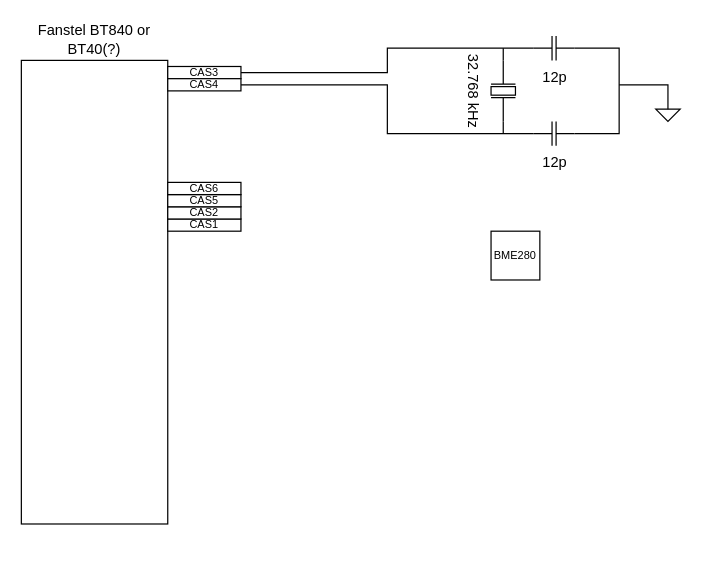
Above: Untitled Diagram.drawio in StevenKnudsen/LowPowerLEDSmartWatch (draw.io), before the change. Source tidied: cells renumbered, new cells numbered last; positions are measured from the earlier drawing's top-left corner, leaving out a move shared by most shapes. Both pictures are drawn from the tidied source at 122%, with x=0, y=0 at pixel (21, 35).
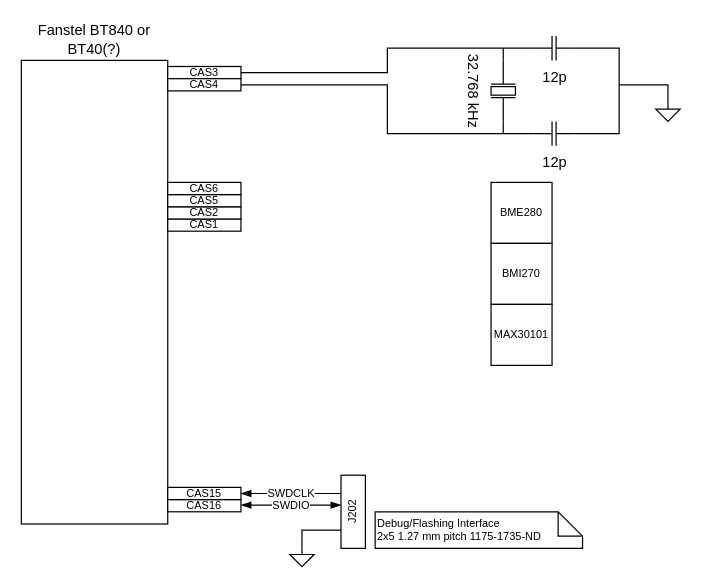
The same page after the edit.

Change to the diagram source:
```diff
@@
     <mxCell id="15" value="BME280" style="whiteSpace=wrap;html=1;fontSize=9;" parent="1" vertex="1">
-      <mxGeometry x="385" y="160" width="40" height="40" as="geometry" />
+      <mxGeometry x="385" y="120" width="50" height="50" as="geometry" />
     </mxCell>
@@
+    <mxCell id="20" value="BMI270" style="whiteSpace=wrap;html=1;fontSize=9;" parent="1" vertex="1">
+      <mxGeometry x="385" y="170" width="50" height="50" as="geometry" />
+    </mxCell>
+    <mxCell id="21" value="MAX30101" style="whiteSpace=wrap;html=1;fontSize=9;" parent="1" vertex="1">
+      <mxGeometry x="385" y="220" width="50" height="50" as="geometry" />
+    </mxCell>
+    <mxCell id="22" value="CAS16" style="rounded=0;whiteSpace=wrap;html=1;fontSize=9;" parent="1" vertex="1">
+      <mxGeometry x="120" y="380" width="60" height="10" as="geometry" />
+    </mxCell>
+    <mxCell id="23" value="CAS15" style="rounded=0;whiteSpace=wrap;html=1;fontSize=9;" parent="1" vertex="1">
+      <mxGeometry x="120" y="370" width="60" height="10" as="geometry" />
+    </mxCell>
+    <mxCell id="24" value="SWDCLK" style="edgeStyle=elbowEdgeStyle;rounded=0;jettySize=auto;html=1;exitX=0;exitY=0.25;exitDx=0;exitDy=0;entryX=1;entryY=0.5;entryDx=0;entryDy=0;fontSize=9;endArrow=blockThin;endFill=1;startArrow=none;startFill=0;" parent="1" edge="1" source="25" target="23">
+      <mxGeometry relative="1" as="geometry" />
+    </mxCell>
+    <mxCell id="25" value="J202" style="rounded=0;whiteSpace=wrap;html=1;fontSize=9;horizontal=0;" parent="1" vertex="1">
+      <mxGeometry x="262" y="360" width="20" height="60" as="geometry" />
+    </mxCell>
+    <mxCell id="26" value="SWDIO" style="edgeStyle=elbowEdgeStyle;rounded=0;orthogonalLoop=1;jettySize=auto;html=1;exitX=0;exitY=0.25;exitDx=0;exitDy=0;entryX=1;entryY=0.5;entryDx=0;entryDy=0;fontSize=9;endArrow=blockThin;endFill=1;startArrow=blockThin;startFill=1;elbow=horizontal;" parent="1" edge="1">
+      <mxGeometry relative="1" as="geometry">
+        <mxPoint x="262" y="384.5" as="sourcePoint" />
+        <mxPoint x="180" y="384.5" as="targetPoint" />
+      </mxGeometry>
+    </mxCell>
+    <mxCell id="27" style="edgeStyle=elbowEdgeStyle;rounded=0;jettySize=auto;html=1;exitX=0.5;exitY=0;exitDx=0;exitDy=0;exitPerimeter=0;entryX=0;entryY=0.75;entryDx=0;entryDy=0;fontSize=9;startArrow=none;startFill=0;endArrow=none;endFill=0;" parent="1" edge="1" source="28" target="25">
+      <mxGeometry relative="1" as="geometry">
+        <Array as="points">
+          <mxPoint x="230" y="410" />
+        </Array>
+      </mxGeometry>
+    </mxCell>
+    <mxCell id="28" style="verticalLabelPosition=bottom;shadow=0;dashed=0;align=center;html=1;verticalAlign=top;shape=mxgraph.electrical.signal_sources.signal_ground;fontSize=9;" parent="1" vertex="1">
+      <mxGeometry x="220" y="420" width="20" height="15" as="geometry" />
+    </mxCell>
+    <mxCell id="29" value="Debug/Flashing Interface&lt;br style=&quot;border-color: var(--border-color);&quot;&gt;&lt;span style=&quot;&quot;&gt;2x5 1.27 mm pitch 1175-1735-ND&lt;/span&gt;" style="shape=note;size=20;whiteSpace=wrap;html=1;fontSize=9;align=left;" parent="1" vertex="1">
+      <mxGeometry x="290" y="390" width="170" height="30" as="geometry" />
+    </mxCell>
```
